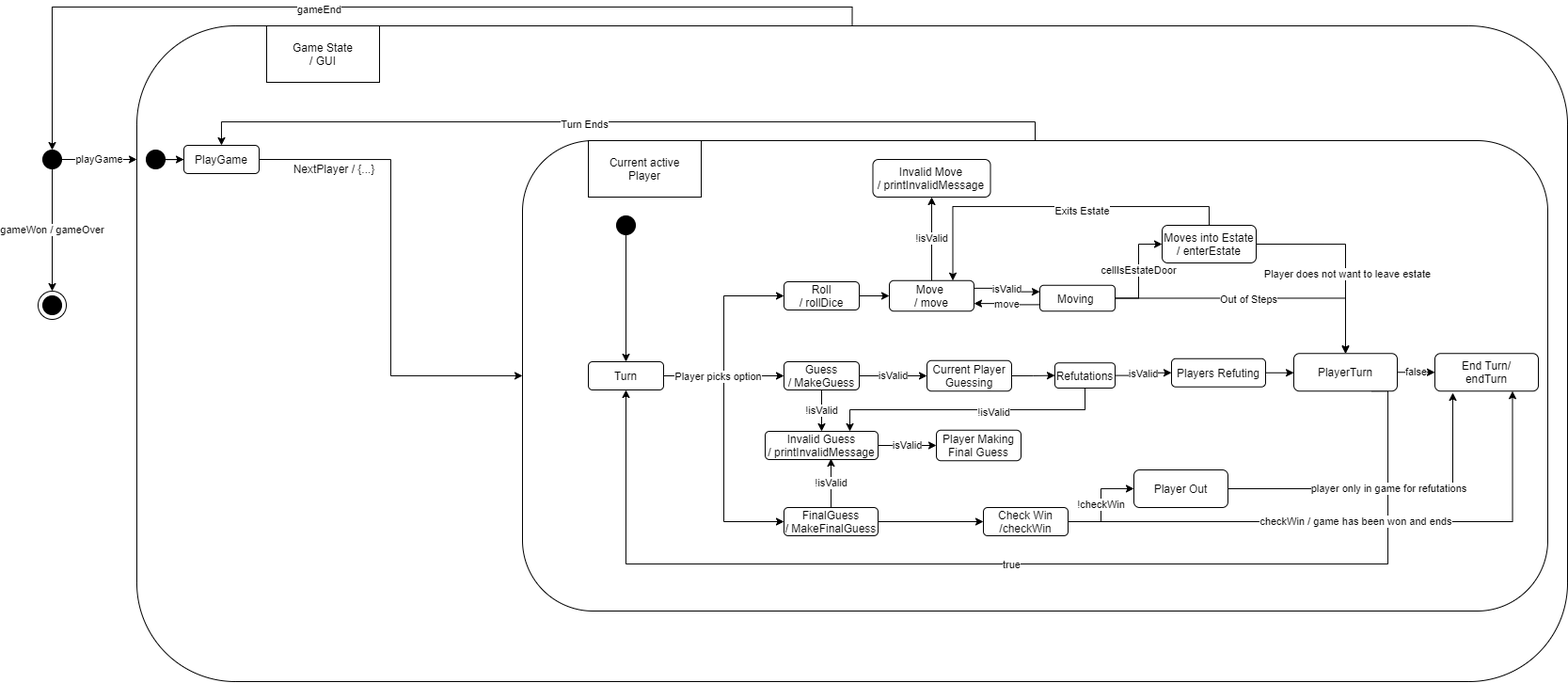
Earlier version of the draw.io export state-diagram.png (LeonMenzies/SWEN_Assignment_2). Source tidied: cells renumbered, new cells last; positions are measured from the earlier drawing's top-left corner, leaving out a move shared by most shapes.
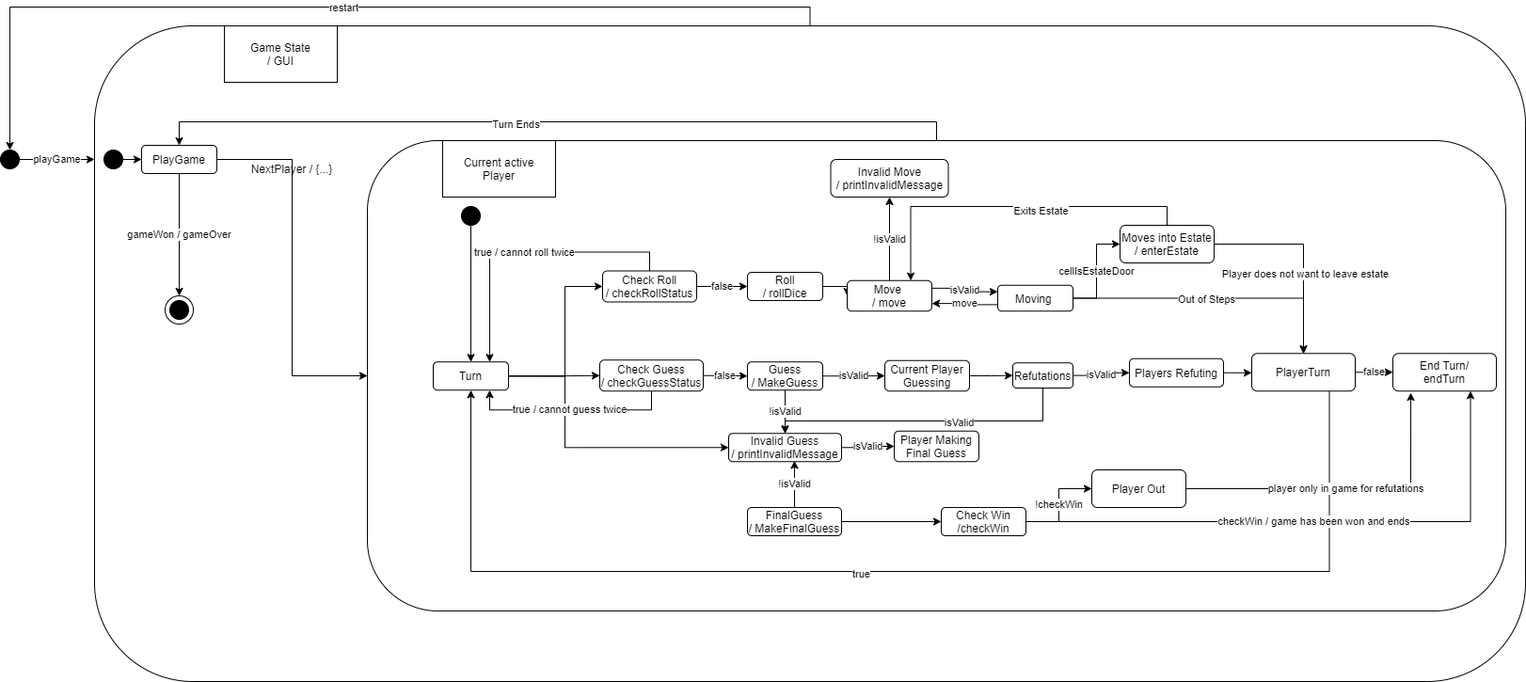
Later version of the same file.

Commit message:
Updated State Diagram

The edit, as a diff of the source:
```diff
@@ -5,9 +5,11 @@
     <mxCell id="2" style="edgeStyle=orthogonalEdgeStyle;rounded=0;jettySize=auto;html=1;exitX=0.5;exitY=0;exitDx=0;exitDy=0;entryX=0.5;entryY=0;entryDx=0;entryDy=0;" parent="1" edge="1" source="4" target="10">
       <mxGeometry relative="1" as="geometry" />
     </mxCell>
-    <mxCell id="3" value="gameEnd" style="edgeLabel;html=1;align=center;verticalAlign=middle;" parent="2" vertex="1">
-      <mxGeometry x="0.15" y="2" relative="1" as="geometry" />
-    </mxCell>
+    <mxCell id="71" value="restart" style="edgeLabel;html=1;align=center;verticalAlign=middle;" parent="2" vertex="1">
+      <mxGeometry x="0.01" relative="1" as="geometry">
+        <mxPoint x="1" as="offset" />
+      </mxGeometry>
+    </mxCell>
     <mxCell id="4" style="rounded=1;whiteSpace=wrap;html=1;" parent="1" vertex="1">
       <mxGeometry x="105" width="1521" height="697" as="geometry" />
     </mxCell>
@@ -23,7 +25,7 @@
       </mxGeometry>
     </mxCell>
     <mxCell id="8" style="rounded=1;whiteSpace=wrap;html=1;" parent="1" vertex="1">
-      <mxGeometry x="515" y="122" width="1090" height="500" as="geometry" />
+      <mxGeometry x="395" y="122" width="1210" height="500" as="geometry" />
     </mxCell>
     <mxCell id="9" value="playGame" style="edgeStyle=orthogonalEdgeStyle;rounded=0;jettySize=auto;html=1;exitX=1;exitY=0.5;exitDx=0;exitDy=0;" parent="1" edge="1" source="10">
       <mxGeometry relative="1" as="geometry">
@@ -46,30 +48,35 @@
       <mxGeometry relative="1" as="geometry" />
     </mxCell>
     <mxCell id="15" value="Roll&lt;br&gt;/ rollDice" style="rounded=1;whiteSpace=wrap;html=1;fillColor=#FFFFFF;" parent="1" vertex="1">
-      <mxGeometry x="793" y="272" width="80" height="30" as="geometry" />
+      <mxGeometry x="799" y="262" width="80" height="30" as="geometry" />
     </mxCell>
     <mxCell id="16" style="edgeStyle=orthogonalEdgeStyle;rounded=0;jettySize=auto;html=1;exitX=0.5;exitY=1;exitDx=0;exitDy=0;entryX=0.5;entryY=0;entryDx=0;entryDy=0;" parent="1" edge="1" source="17" target="22">
       <mxGeometry relative="1" as="geometry" />
     </mxCell>
     <mxCell id="17" style="ellipse;whiteSpace=wrap;html=1;fillColor=#000000;" parent="1" vertex="1">
-      <mxGeometry x="615" y="202" width="20" height="20" as="geometry" />
+      <mxGeometry x="495" y="192" width="20" height="20" as="geometry" />
     </mxCell>
-    <mxCell id="18" style="edgeStyle=orthogonalEdgeStyle;rounded=0;jettySize=auto;html=1;exitX=1;exitY=0.5;exitDx=0;exitDy=0;entryX=0;entryY=0.5;entryDx=0;entryDy=0;" parent="1" edge="1" source="22" target="15">
-      <mxGeometry relative="1" as="geometry" />
-    </mxCell>
-    <mxCell id="19" style="edgeStyle=orthogonalEdgeStyle;rounded=0;jettySize=auto;html=1;exitX=1;exitY=0.5;exitDx=0;exitDy=0;entryX=0;entryY=0.5;entryDx=0;entryDy=0;" parent="1" edge="1" source="22" target="25">
-      <mxGeometry relative="1" as="geometry" />
-    </mxCell>
-    <mxCell id="20" style="edgeStyle=orthogonalEdgeStyle;rounded=0;jettySize=auto;html=1;exitX=1;exitY=0.5;exitDx=0;exitDy=0;entryX=0;entryY=0.5;entryDx=0;entryDy=0;" parent="1" edge="1" source="22" target="28">
-      <mxGeometry relative="1" as="geometry" />
-    </mxCell>
-    <mxCell id="21" value="Player picks option" style="edgeLabel;html=1;align=center;verticalAlign=middle;" parent="20" vertex="1">
-      <mxGeometry x="-0.19" y="2" relative="1" as="geometry">
-        <mxPoint x="-9" y="-51" as="offset" />
-      </mxGeometry>
-    </mxCell>
+    <mxCell id="72" style="edgeStyle=orthogonalEdgeStyle;rounded=0;jettySize=auto;html=1;exitX=1;exitY=0.5;exitDx=0;exitDy=0;entryX=0;entryY=0.5;entryDx=0;entryDy=0;" parent="1" edge="1" source="22" target="52">
+      <mxGeometry relative="1" as="geometry">
+        <Array as="points">
+          <mxPoint x="605" y="372" />
+          <mxPoint x="605" y="448" />
+        </Array>
+      </mxGeometry>
+    </mxCell>
+    <mxCell id="73" style="edgeStyle=orthogonalEdgeStyle;rounded=0;jettySize=auto;html=1;exitX=1;exitY=0.5;exitDx=0;exitDy=0;entryX=0;entryY=0.5;entryDx=0;entryDy=0;" parent="1" edge="1" source="22" target="81">
+      <mxGeometry relative="1" as="geometry" />
+    </mxCell>
+    <mxCell id="74" style="edgeStyle=orthogonalEdgeStyle;rounded=0;jettySize=auto;html=1;exitX=1;exitY=0.5;exitDx=0;exitDy=0;entryX=0;entryY=0.5;entryDx=0;entryDy=0;" parent="1" edge="1" source="22" target="78">
+      <mxGeometry relative="1" as="geometry">
+        <Array as="points">
+          <mxPoint x="605" y="372" />
+          <mxPoint x="605" y="277" />
+        </Array>
+      </mxGeometry>
+    </mxCell>
     <mxCell id="22" value="Turn" style="rounded=1;whiteSpace=wrap;html=1;fillColor=#FFFFFF;" parent="1" vertex="1">
-      <mxGeometry x="585" y="357" width="80" height="30" as="geometry" />
+      <mxGeometry x="465" y="357.2" width="80" height="30" as="geometry" />
     </mxCell>
     <mxCell id="23" value="isValid" style="edgeStyle=orthogonalEdgeStyle;rounded=0;jettySize=auto;html=1;exitX=1;exitY=0.5;exitDx=0;exitDy=0;entryX=0;entryY=0.5;entryDx=0;entryDy=0;" parent="1" edge="1" source="25" target="50">
       <mxGeometry relative="1" as="geometry" />
@@ -78,7 +85,7 @@
       <mxGeometry relative="1" as="geometry" />
     </mxCell>
     <mxCell id="25" value="Guess&lt;br&gt;/ MakeGuess" style="rounded=1;whiteSpace=wrap;html=1;fillColor=#FFFFFF;" parent="1" vertex="1">
-      <mxGeometry x="793" y="357" width="80" height="30" as="geometry" />
+      <mxGeometry x="799" y="357.2" width="80" height="30" as="geometry" />
     </mxCell>
     <mxCell id="26" value="!isValid" style="edgeStyle=orthogonalEdgeStyle;rounded=0;jettySize=auto;html=1;exitX=0.5;exitY=0;exitDx=0;exitDy=0;entryX=0.583;entryY=0.967;entryDx=0;entryDy=0;entryPerimeter=0;" parent="1" edge="1" source="28" target="52">
       <mxGeometry relative="1" as="geometry" />
@@ -87,10 +94,10 @@
       <mxGeometry relative="1" as="geometry" />
     </mxCell>
     <mxCell id="28" value="FinalGuess&lt;br&gt;/ MakeFinalGuess" style="rounded=1;whiteSpace=wrap;html=1;fillColor=#FFFFFF;" parent="1" vertex="1">
-      <mxGeometry x="793" y="512" width="100" height="30" as="geometry" />
+      <mxGeometry x="799" y="512" width="100" height="30" as="geometry" />
     </mxCell>
     <mxCell id="29" value="Current active&lt;br&gt;Player" style="rounded=0;whiteSpace=wrap;html=1;fillColor=#FFFFFF;" parent="1" vertex="1">
-      <mxGeometry x="585" y="122" width="120" height="60" as="geometry" />
+      <mxGeometry x="475" y="122" width="120" height="60" as="geometry" />
     </mxCell>
     <mxCell id="30" value="!isValid" style="edgeStyle=orthogonalEdgeStyle;rounded=0;jettySize=auto;html=1;exitX=0.5;exitY=0;exitDx=0;exitDy=0;" parent="1" edge="1" source="32" target="38">
       <mxGeometry relative="1" as="geometry" />
@@ -149,16 +156,13 @@
     <mxCell id="46" style="edgeStyle=orthogonalEdgeStyle;rounded=0;jettySize=auto;html=1;exitX=0.75;exitY=1;exitDx=0;exitDy=0;entryX=0.5;entryY=1;entryDx=0;entryDy=0;" parent="1" edge="1" source="48" target="22">
       <mxGeometry relative="1" as="geometry">
         <Array as="points">
-          <mxPoint x="1435" y="388" />
-          <mxPoint x="1435" y="572" />
-          <mxPoint x="625" y="572" />
+          <mxPoint x="1418" y="580" />
+          <mxPoint x="505" y="580" />
         </Array>
       </mxGeometry>
     </mxCell>
     <mxCell id="47" value="true" style="edgeLabel;html=1;align=center;verticalAlign=middle;" parent="46" vertex="1">
-      <mxGeometry x="-0.07" y="-1" relative="1" as="geometry">
-        <mxPoint x="-48" y="1" as="offset" />
-      </mxGeometry>
+      <mxGeometry x="0.06" y="2" relative="1" as="geometry" />
     </mxCell>
     <mxCell id="48" value="PlayerTurn" style="rounded=1;whiteSpace=wrap;html=1;" parent="1" vertex="1">
       <mxGeometry x="1335" y="348.2" width="110" height="40" as="geometry" />
@@ -173,20 +177,25 @@
       <mxGeometry relative="1" as="geometry" />
     </mxCell>
     <mxCell id="52" value="Invalid Guess&lt;br&gt;/ printInvalidMessage" style="rounded=1;whiteSpace=wrap;html=1;" parent="1" vertex="1">
-      <mxGeometry x="773" y="431" width="120" height="30" as="geometry" />
+      <mxGeometry x="779" y="433.2" width="120" height="30" as="geometry" />
     </mxCell>
     <mxCell id="53" value="Player Making Final Guess" style="rounded=1;whiteSpace=wrap;html=1;" parent="1" vertex="1">
-      <mxGeometry x="955" y="429.8" width="90" height="32.5" as="geometry" />
+      <mxGeometry x="955" y="430.8" width="90" height="32.5" as="geometry" />
     </mxCell>
     <mxCell id="54" value="isValid" style="edgeStyle=orthogonalEdgeStyle;rounded=0;jettySize=auto;html=1;exitX=1;exitY=0.5;exitDx=0;exitDy=0;entryX=0;entryY=0.5;entryDx=0;entryDy=0;" parent="1" edge="1" source="57" target="59">
       <mxGeometry relative="1" as="geometry" />
     </mxCell>
-    <mxCell id="55" style="edgeStyle=orthogonalEdgeStyle;rounded=0;jettySize=auto;html=1;exitX=0.5;exitY=1;exitDx=0;exitDy=0;entryX=0.75;entryY=0;entryDx=0;entryDy=0;" parent="1" edge="1" source="57" target="52">
-      <mxGeometry relative="1" as="geometry" />
+    <mxCell id="55" style="edgeStyle=orthogonalEdgeStyle;rounded=0;jettySize=auto;html=1;exitX=0.5;exitY=1;exitDx=0;exitDy=0;entryX=0.5;entryY=0;entryDx=0;entryDy=0;" parent="1" edge="1" source="57" target="52">
+      <mxGeometry relative="1" as="geometry">
+        <Array as="points">
+          <mxPoint x="1113" y="420" />
+          <mxPoint x="839" y="420" />
+        </Array>
+      </mxGeometry>
     </mxCell>
-    <mxCell id="56" value="!isValid" style="edgeLabel;html=1;align=center;verticalAlign=middle;" parent="55" vertex="1">
-      <mxGeometry x="-0.18" y="2" relative="1" as="geometry" />
-    </mxCell>
+    <mxCell id="75" value="isValid" style="edgeLabel;html=1;align=center;verticalAlign=middle;" parent="55" vertex="1">
+      <mxGeometry x="-0.22" y="1" relative="1" as="geometry" />
+    </mxCell>
     <mxCell id="57" value="Refutations" style="rounded=1;whiteSpace=wrap;html=1;" parent="1" vertex="1">
       <mxGeometry x="1081" y="358.2" width="64" height="26.8" as="geometry" />
     </mxCell>
@@ -225,14 +234,32 @@
     </mxCell>
     <mxCell id="68" value="gameWon / gameOver" style="edgeStyle=orthogonalEdgeStyle;rounded=0;jettySize=auto;html=1;exitX=0.5;exitY=1;exitDx=0;exitDy=0;entryX=0.5;entryY=0;entryDx=0;entryDy=0;" parent="1" edge="1" target="69">
       <mxGeometry relative="1" as="geometry">
-        <mxPoint x="15" y="152" as="sourcePoint" />
+        <mxPoint x="195" y="157" as="sourcePoint" />
       </mxGeometry>
     </mxCell>
     <mxCell id="69" style="ellipse;whiteSpace=wrap;html=1;fillColor=#FFFFFF;" parent="1" vertex="1">
-      <mxGeometry y="282" width="30" height="30" as="geometry" />
+      <mxGeometry x="180" y="287" width="30" height="30" as="geometry" />
     </mxCell>
     <mxCell id="70" style="ellipse;whiteSpace=wrap;html=1;fillColor=#000000;" parent="1" vertex="1">
-      <mxGeometry x="5" y="287" width="20" height="20" as="geometry" />
+      <mxGeometry x="185" y="292" width="20" height="20" as="geometry" />
     </mxCell>
+    <mxCell id="76" value="false" style="edgeStyle=orthogonalEdgeStyle;rounded=0;jettySize=auto;html=1;exitX=1;exitY=0.5;exitDx=0;exitDy=0;entryX=0;entryY=0.5;entryDx=0;entryDy=0;" parent="1" edge="1" source="78" target="15">
+      <mxGeometry relative="1" as="geometry" />
+    </mxCell>
+    <mxCell id="77" value="true / cannot roll twice" style="edgeStyle=orthogonalEdgeStyle;rounded=0;jettySize=auto;html=1;exitX=0.5;exitY=0;exitDx=0;exitDy=0;entryX=0.75;entryY=0;entryDx=0;entryDy=0;" parent="1" edge="1" source="78" target="22">
+      <mxGeometry relative="1" as="geometry" />
+    </mxCell>
+    <mxCell id="78" value="Check Roll&lt;br&gt;/ checkRollStatus" style="rounded=1;whiteSpace=wrap;html=1;" parent="1" vertex="1">
+      <mxGeometry x="645" y="260.5" width="100" height="33" as="geometry" />
+    </mxCell>
+    <mxCell id="79" value="false" style="edgeStyle=orthogonalEdgeStyle;rounded=0;jettySize=auto;html=1;exitX=1;exitY=0.5;exitDx=0;exitDy=0;entryX=0;entryY=0.5;entryDx=0;entryDy=0;" parent="1" edge="1" source="81" target="25">
+      <mxGeometry relative="1" as="geometry" />
+    </mxCell>
+    <mxCell id="80" value="true / cannot guess twice" style="edgeStyle=orthogonalEdgeStyle;rounded=0;jettySize=auto;html=1;exitX=0.5;exitY=1;exitDx=0;exitDy=0;entryX=0.75;entryY=1;entryDx=0;entryDy=0;" parent="1" edge="1" source="81" target="22">
+      <mxGeometry relative="1" as="geometry" />
+    </mxCell>
+    <mxCell id="81" value="Check Guess&lt;br&gt;/ checkGuessStatus" style="rounded=1;whiteSpace=wrap;html=1;" parent="1" vertex="1">
+      <mxGeometry x="642" y="355.2" width="110" height="33" as="geometry" />
+    </mxCell>
   </root>
 </mxGraphModel>
```
